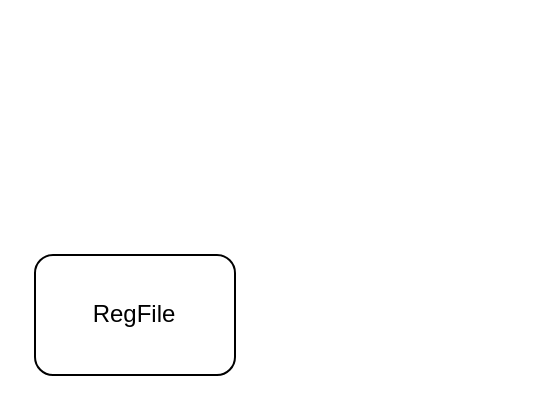
Above: riscv32e-npc.drawio in shimingyu1026/drawio (draw.io), before the change. Source tidied: cells renumbered, new cells numbered last; positions are measured from the earlier drawing's top-left corner, leaving out a move shared by most shapes. Both pictures are drawn from the tidied source at 200%, with x=0, y=0 at pixel (34, 254).
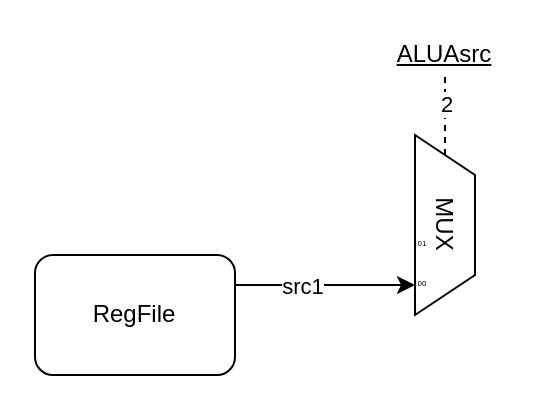
After the change.

What changed in the source:
```diff
@@
 <mxGraphModel>
   <root>
     <mxCell id="0" />
     <mxCell id="1" parent="0" />
+    <mxCell id="3" style="endArrow=none;dashed=1;html=1;rounded=0;exitX=0;exitY=0.5;exitDx=0;exitDy=0;entryX=0.5;entryY=1;entryDx=0;entryDy=0;" parent="1" edge="1" source="5" target="8">
+      <mxGeometry relative="1" as="geometry" />
+    </mxCell>
+    <mxCell id="4" value="2" style="edgeLabel;html=1;align=center;verticalAlign=middle;" parent="3" vertex="1">
+      <mxGeometry x="0.3" relative="1" as="geometry" />
+    </mxCell>
     <mxCell id="2" value="RegFile" style="rounded=1;whiteSpace=wrap;html=1;" parent="1" vertex="1">
       <mxGeometry width="100" height="60" as="geometry" />
     </mxCell>
+    <mxCell id="5" value="MUX" style="shape=trapezoid;perimeter=trapezoidPerimeter;whiteSpace=wrap;html=1;fixedSize=1;rotation=90;" parent="1" vertex="1">
+      <mxGeometry x="160" y="-30" width="90" height="30" as="geometry" />
+    </mxCell>
+    <mxCell id="6" style="edgeStyle=none;jettySize=auto;html=1;rounded=0;exitX=1;exitY=0.25;exitDx=0;exitDy=0;" parent="1" edge="1" source="2">
+      <mxGeometry relative="1" as="geometry">
+        <mxPoint x="190" y="15" as="targetPoint" />
+      </mxGeometry>
+    </mxCell>
+    <mxCell id="7" value="src1" style="edgeLabel;html=1;align=center;verticalAlign=middle;" parent="6" vertex="1">
+      <mxGeometry x="-0.27" relative="1" as="geometry" />
+    </mxCell>
+    <mxCell id="8" value="ALUAsrc" style="text;html=1;strokeColor=none;fillColor=none;align=center;verticalAlign=middle;whiteSpace=wrap;overflow=hidden;fontStyle=4;" parent="1" vertex="1">
+      <mxGeometry x="165" y="-110" width="80" height="20" as="geometry" />
+    </mxCell>
+    <mxCell id="9" value="00" style="text;html=1;strokeColor=none;fillColor=none;align=center;verticalAlign=middle;whiteSpace=wrap;overflow=hidden;dashed=1;fontSize=4;" parent="1" vertex="1">
+      <mxGeometry x="189" y="10" width="10" height="10" as="geometry" />
+    </mxCell>
+    <mxCell id="10" value="01" style="text;html=1;strokeColor=none;fillColor=none;align=center;verticalAlign=middle;whiteSpace=wrap;overflow=hidden;dashed=1;fontSize=4;" parent="1" vertex="1">
+      <mxGeometry x="189" y="-10" width="10" height="10" as="geometry" />
+    </mxCell>
   </root>
 </mxGraphModel>
```
